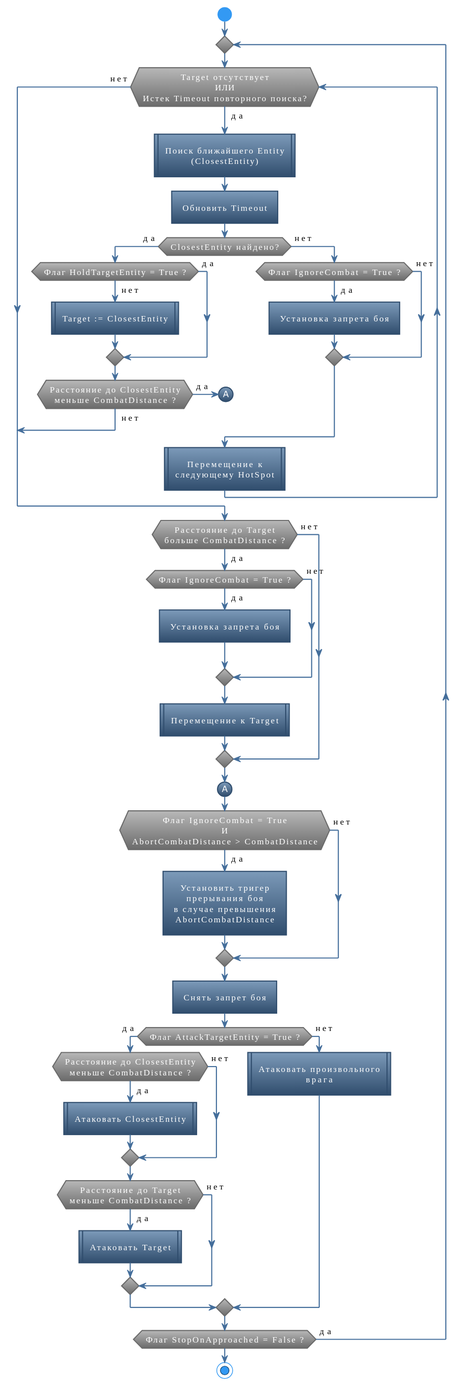
qpAHTA3EP/EntityToolsDocs keeps this PlantUML diagram as Quester/Actions/diagrams/MoveToEntity.svg. Above is the earlier version. The source it was exported from:
```plantuml
@startuml
!theme spacelab
skinparam DefaultTextAlignment Center

start

repeat

    while (Target отсутствует\nИЛИ\nИстек Timeout повторного поиска?) is (<color:black>да)

        :Поиск ближайшего Entity\n(ClosestEntity)|
        :Обновить Timeout]
        if (ClosestEntity найдено?) then (<color:black>да)
            if (Флаг HoldTargetEntity = True ?) then (<color:black>да)
            else (<color:black>нет)
                :Target := ClosestEntity|
            endif
            if (Расстояние до ClosestEntity\nменьше CombatDistance ?) then (<color:black>да)
                (А)
            else (<color:black>нет)
                break
            endif
        else (<color:black>нет)
            if (Флаг IgnoreCombat = True ?) then (<color:black>да)
                :Установка запрета боя]
            else (<color:black>нет)
            endif
        endif
        :Перемещение к\nследующему HotSpot|
    endwhile (<color:black>нет)

if (Расстояние до Target\nбольше CombatDistance ?) then (<color:black>да)
    if (Флаг IgnoreCombat = True ?) then (<color:black>да)
        :Установка запрета боя]
    else (<color:black>нет)
    endif
    :Перемещение к Target|
else (<color:black>нет)
endif

(А)

if (Флаг IgnoreCombat = True\nИ\nAbortCombatDistance > CombatDistance) then (<color:black>да)
    :Установить тригер\nпрерывания боя\nв случае превышения\nAbortCombatDistance]
else (<color:black>нет)
endif

:Снять запрет боя]
if (Флаг АttackTargetEntity = True ?) then (<color:black>да)
    if(Расстояние до ClosestEntity\nменьше CombatDistance ?) then (<color:black>да)
        :Атаковать ClosestEntity|
    else (<color:black>нет)
    endif
    if(Расстояние до Target\nменьше CombatDistance ?) then (<color:black>да)
        :Атаковать Target|
    else (<color:black>нет)
    endif
else (<color:black>нет)
    :Атаковать произвольного\nврага|
endif

repeat while (Флаг StopOnApproached = False ?) is (<color:black>да)

stop

@enduml
```
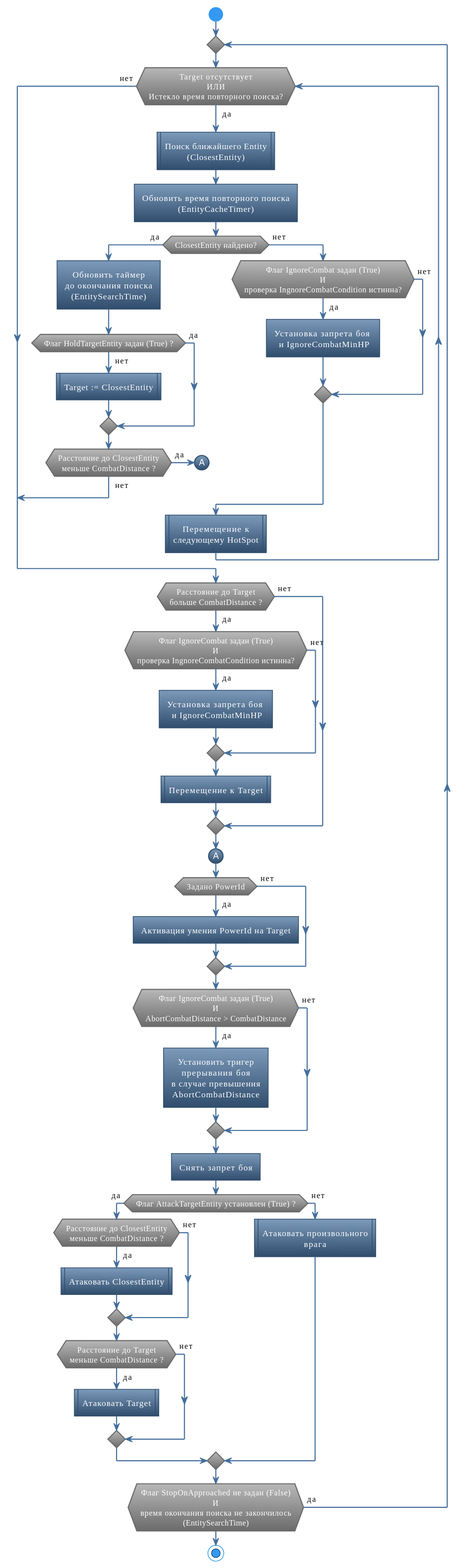
Above is the later version.

The edit, as a diff of the source:
```diff
@@ -6,12 +6,13 @@
 
 repeat
 
-    while (Target отсутствует\nИЛИ\nИстек Timeout повторного поиска?) is (<color:black>да)
+    while (Target отсутствует\nИЛИ\nИстекло время повторного поиска?) is (<color:black>да)
 
         :Поиск ближайшего Entity\n(ClosestEntity)|
-        :Обновить Timeout]
+        :Обновить время повторного поиска\n(EntityCacheTimer)]
         if (ClosestEntity найдено?) then (<color:black>да)
-            if (Флаг HoldTargetEntity = True ?) then (<color:black>да)
+            :Обновить таймер\nдо окончания поиска\n(EntitySearchTime)]
+            if (Флаг HoldTargetEntity задан (True) ?) then (<color:black>да)
             else (<color:black>нет)
                 :Target := ClosestEntity|
             endif
@@ -21,8 +22,8 @@
                 break
             endif
         else (<color:black>нет)
-            if (Флаг IgnoreCombat = True ?) then (<color:black>да)
-                :Установка запрета боя]
+            if (Флаг IgnoreCombat задан (True)\nИ\nпроверка IngnoreCombatCondition истинна?) then (<color:black>да)
+                :Установка запрета боя \n и IgnoreCombatMinHP]
             else (<color:black>нет)
             endif
         endif
@@ -30,8 +31,8 @@
     endwhile (<color:black>нет)
 
 if (Расстояние до Target\nбольше CombatDistance ?) then (<color:black>да)
-    if (Флаг IgnoreCombat = True ?) then (<color:black>да)
-        :Установка запрета боя]
+    if (Флаг IgnoreCombat задан (True)\nИ\nпроверка IngnoreCombatCondition истинна?) then (<color:black>да)
+        :Установка запрета боя \n и IgnoreCombatMinHP]
     else (<color:black>нет)
     endif
     :Перемещение к Target|
@@ -40,13 +41,18 @@
 
 (А)
 
-if (Флаг IgnoreCombat = True\nИ\nAbortCombatDistance > CombatDistance) then (<color:black>да)
+if (Задано PowerId) then (<color:black>да)
+    :Активация умения PowerId на Target]
+else (<color:black>нет)
+endif
+
+if (Флаг IgnoreCombat задан (True)\nИ\nAbortCombatDistance > CombatDistance) then (<color:black>да)
     :Установить тригер\nпрерывания боя\nв случае превышения\nAbortCombatDistance]
 else (<color:black>нет)
 endif
 
 :Снять запрет боя]
-if (Флаг АttackTargetEntity = True ?) then (<color:black>да)
+if (Флаг АttackTargetEntity установлен (True) ?) then (<color:black>да)
     if(Расстояние до ClosestEntity\nменьше CombatDistance ?) then (<color:black>да)
         :Атаковать ClosestEntity|
     else (<color:black>нет)
@@ -59,7 +65,7 @@
     :Атаковать произвольного\nврага|
 endif
 
-repeat while (Флаг StopOnApproached = False ?) is (<color:black>да)
+repeat while (Флаг StopOnApproached не задан (False)\nИ\nвремя окончания поиска не закончилось\n(EntitySearchTime)) is (<color:black>да)
 
 stop
 
```
